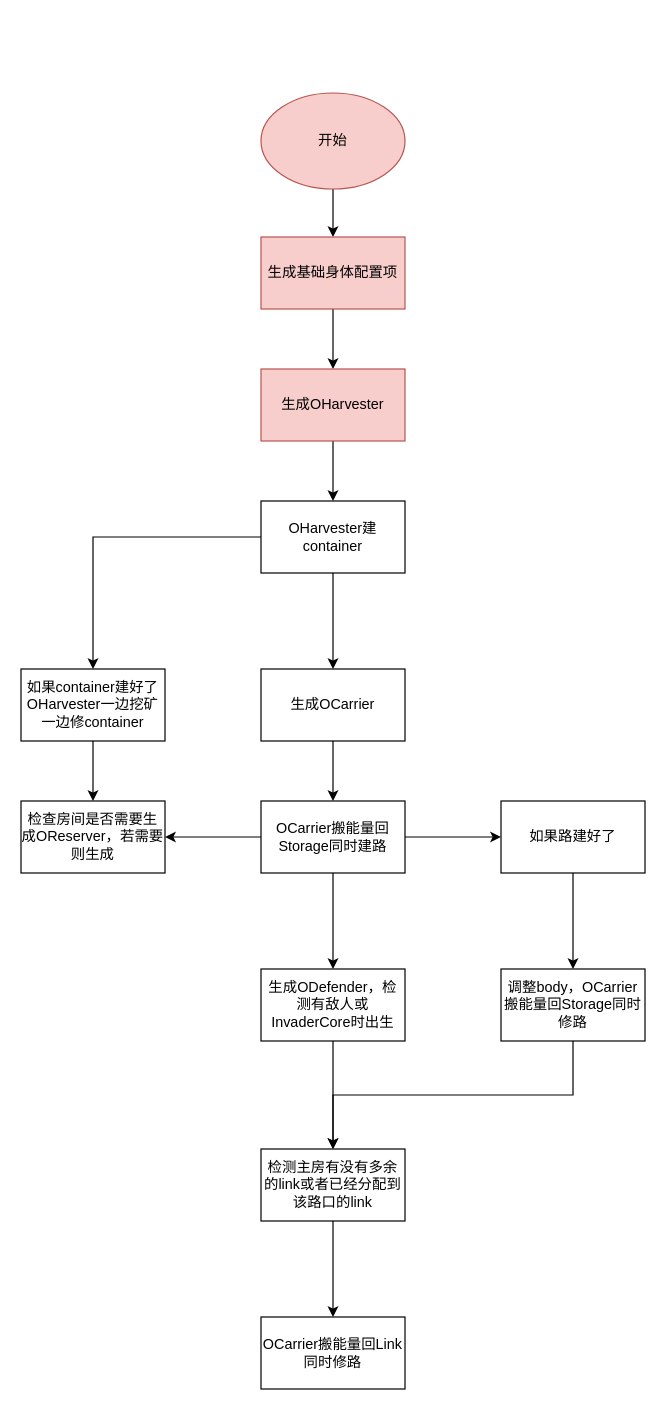
Ureimu/manual-screeps keeps this draw.io diagram as page "外矿任务项目" (2 of 3) of projectFlowChart/AIUreium/outwardsSource/index.drawio. Above is the earlier version. Source tidied: cells renumbered, new cells numbered last; positions are measured from the earlier drawing's top-left corner, leaving out a move shared by most shapes. Both pictures are drawn from the tidied source at 120%, with x=0, y=0 at pixel (20, 92).
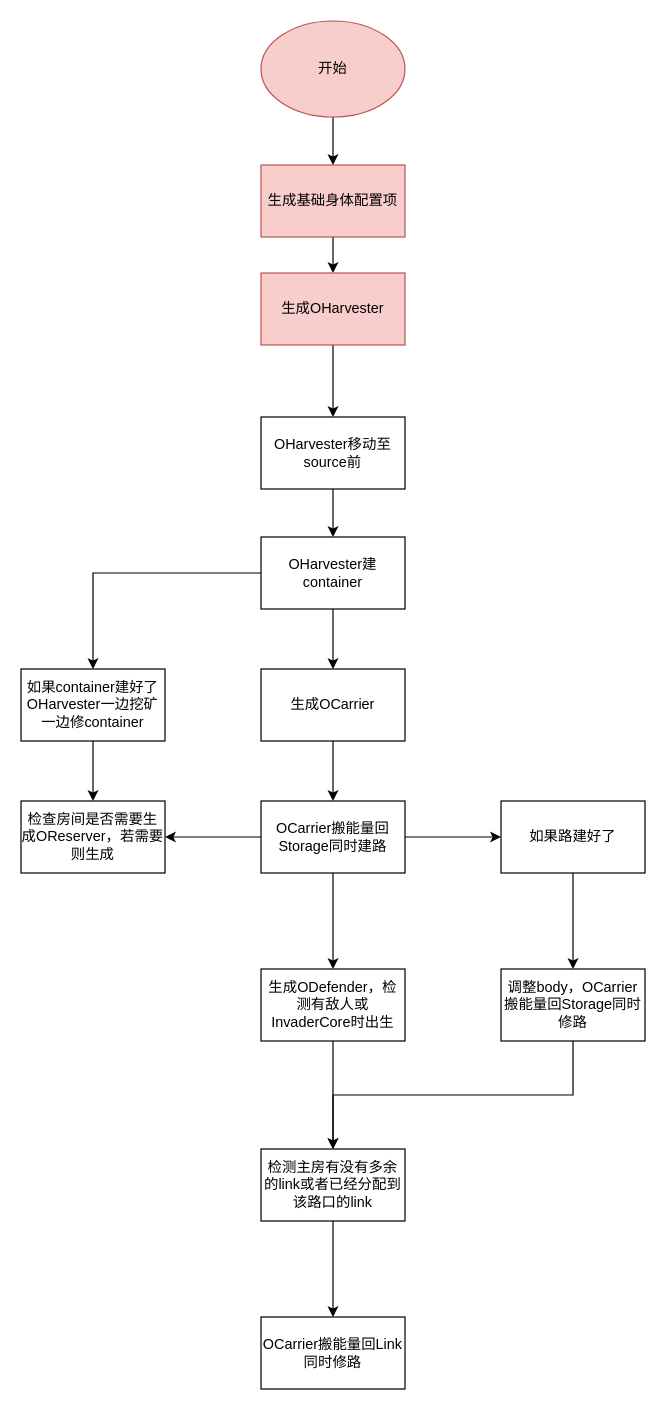
After the change.

Commit message (it also covers changes not shown here):
修复建造没有memory的bug，添加外矿流程图

The edit, as a diff of the source:
```diff
@@
     <mxCell id="2" style="edgeStyle=orthogonalEdgeStyle;rounded=0;jettySize=auto;html=1;" parent="1" edge="1" source="3">
       <mxGeometry relative="1" as="geometry">
-        <mxPoint x="260" y="120" as="targetPoint" />
+        <mxPoint x="260" y="60" as="targetPoint" />
       </mxGeometry>
     </mxCell>
     <mxCell id="3" value="开始" style="ellipse;whiteSpace=wrap;html=1;fillColor=#f8cecc;strokeColor=#b85450;" parent="1" vertex="1">
-      <mxGeometry x="200" width="120" height="80" as="geometry" />
+      <mxGeometry x="200" y="-60" width="120" height="80" as="geometry" />
     </mxCell>
-    <mxCell id="4" style="edgeStyle=orthogonalEdgeStyle;rounded=0;jettySize=auto;html=1;exitX=0.5;exitY=1;exitDx=0;exitDy=0;" parent="1" edge="1" source="5">
-      <mxGeometry relative="1" as="geometry">
-        <mxPoint x="260" y="230" as="targetPoint" />
-      </mxGeometry>
+    <mxCell id="4" style="edgeStyle=orthogonalEdgeStyle;rounded=0;jettySize=auto;html=1;exitX=0.5;exitY=1;exitDx=0;exitDy=0;entryX=0.5;entryY=0;entryDx=0;entryDy=0;" parent="1" edge="1" source="5" target="7">
+      <mxGeometry relative="1" as="geometry" />
     </mxCell>
     <mxCell id="5" value="生成基础身体配置项" style="rounded=0;whiteSpace=wrap;html=1;fillColor=#f8cecc;strokeColor=#b85450;" parent="1" vertex="1">
-      <mxGeometry x="200" y="120" width="120" height="60" as="geometry" />
+      <mxGeometry x="200" y="60" width="120" height="60" as="geometry" />
     </mxCell>
-    <mxCell id="6" style="edgeStyle=orthogonalEdgeStyle;rounded=0;jettySize=auto;html=1;" parent="1" edge="1" source="7" target="16">
-      <mxGeometry relative="1" as="geometry" />
-    </mxCell>
+    <mxCell id="29" style="edgeStyle=orthogonalEdgeStyle;rounded=0;jettySize=auto;html=1;" parent="1" edge="1" source="7" target="31">
+      <mxGeometry relative="1" as="geometry" />
+    </mxCell>
     <mxCell id="7" value="生成OHarvester" style="rounded=0;whiteSpace=wrap;html=1;fillColor=#f8cecc;strokeColor=#b85450;" parent="1" vertex="1">
-      <mxGeometry x="200" y="230" width="120" height="60" as="geometry" />
+      <mxGeometry x="200" y="150" width="120" height="60" as="geometry" />
     </mxCell>
@@
     <mxCell id="16" value="OHarvester建container" style="rounded=0;whiteSpace=wrap;html=1;" parent="1" vertex="1">
-      <mxGeometry x="200" y="340" width="120" height="60" as="geometry" />
+      <mxGeometry x="200" y="370" width="120" height="60" as="geometry" />
     </mxCell>
@@
+    <mxCell id="30" style="edgeStyle=orthogonalEdgeStyle;rounded=0;jettySize=auto;html=1;" parent="1" edge="1" source="31" target="16">
+      <mxGeometry relative="1" as="geometry" />
+    </mxCell>
+    <mxCell id="31" value="&lt;span&gt;OHarvester移动至source前&lt;/span&gt;" style="whiteSpace=wrap;html=1;rounded=0;" parent="1" vertex="1">
+      <mxGeometry x="200" y="270" width="120" height="60" as="geometry" />
+    </mxCell>
```
